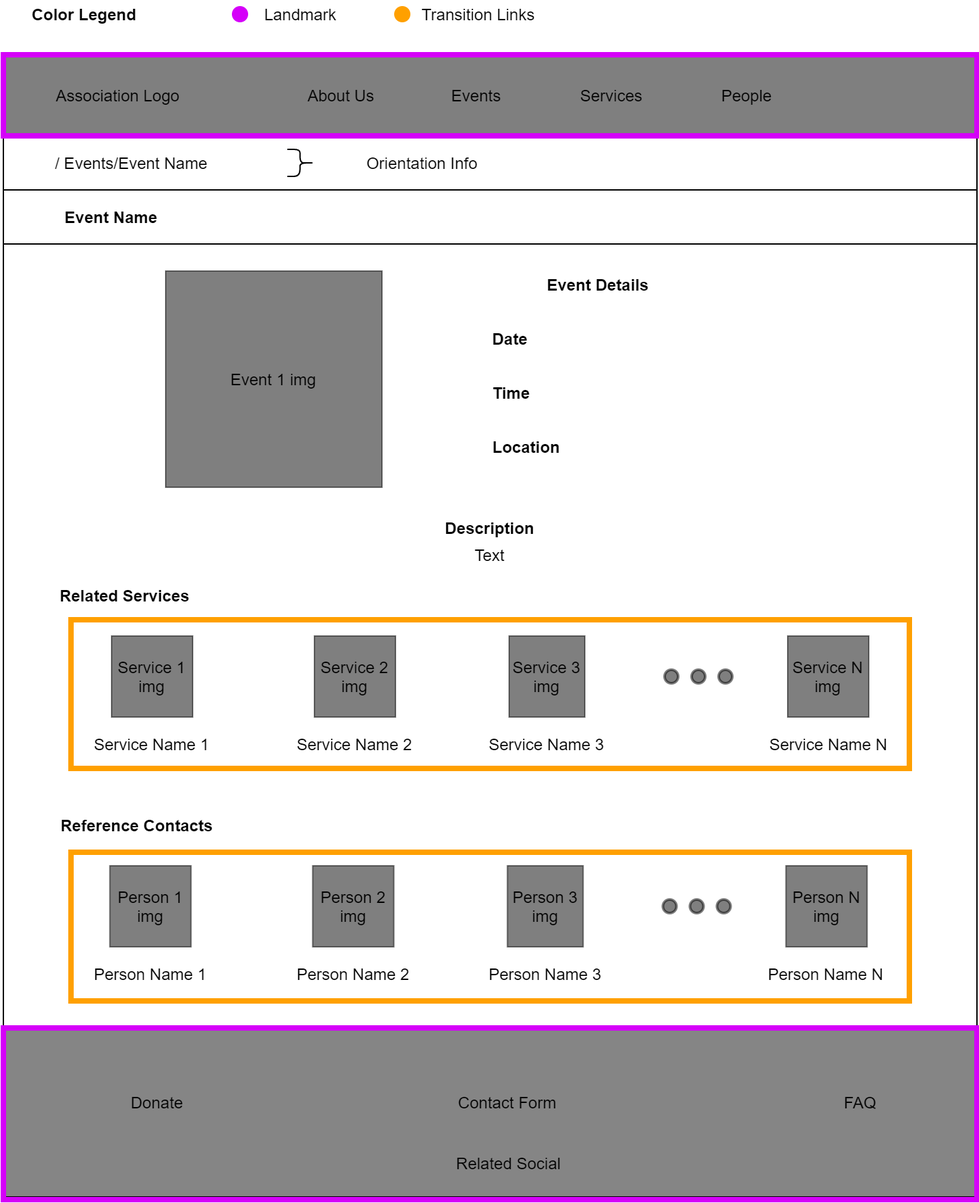
This is Design-Document/assets/eventdetails.png from alepas/hypermidia-project, a draw.io export, as it was before one commit. Source tidied: cells renumbered, new cells last; positions are measured from the earlier drawing's top-left corner, leaving out a move shared by most shapes.
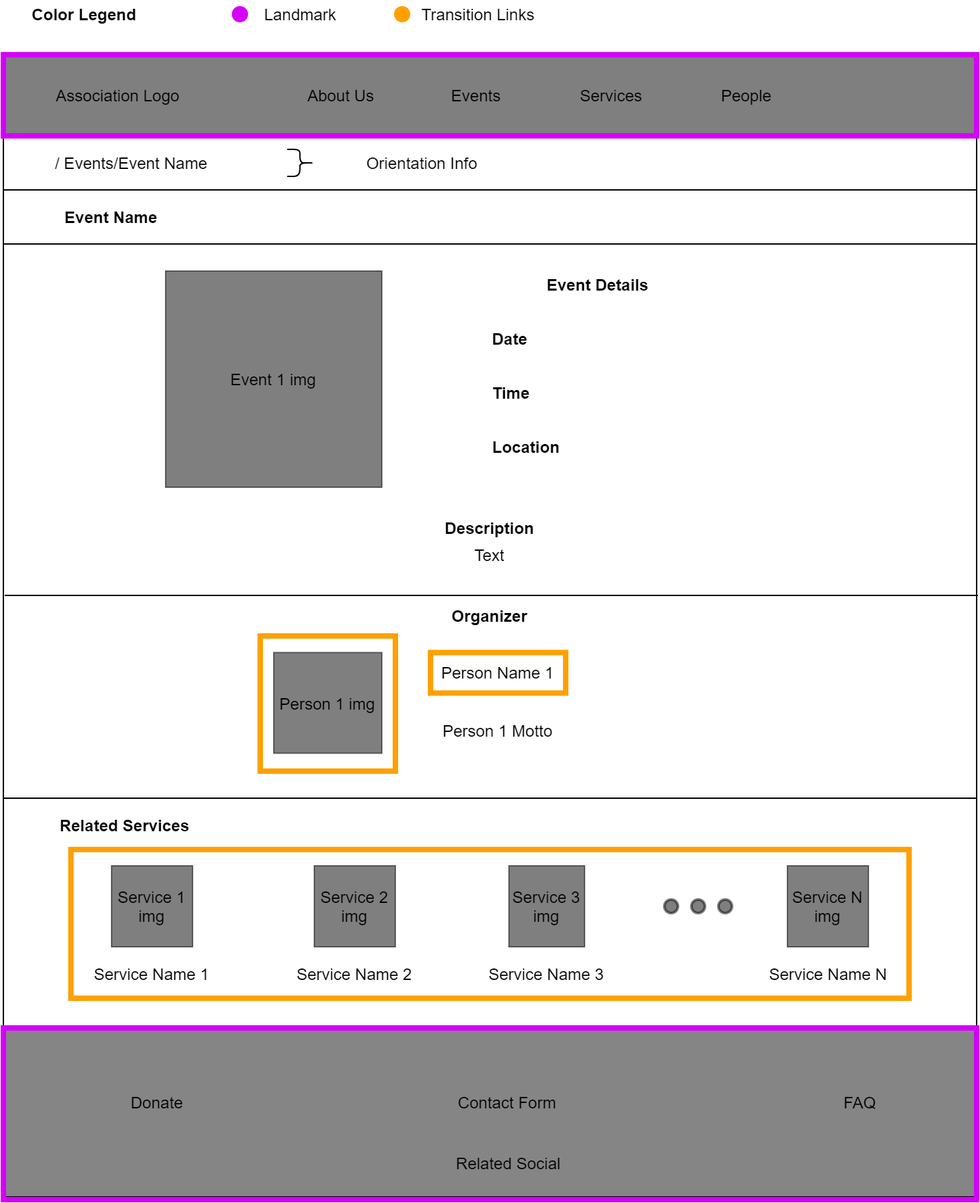
The same diagram one commit later.

Diff of the diagram source:
```diff
@@ -2,6 +2,9 @@
   <root>
     <mxCell id="0" />
     <mxCell id="1" parent="0" />
+    <mxCell id="62" style="rounded=0;whiteSpace=wrap;html=1;fillColor=none;strokeColor=#ffa000;strokeWidth=4;" parent="1" vertex="1">
+      <mxGeometry x="190" y="470" width="100" height="100" as="geometry" />
+    </mxCell>
     <mxCell id="2" value="&lt;span style=&quot;font-weight: normal&quot;&gt;&lt;font color=&quot;#000000&quot;&gt;&amp;nbsp; &amp;nbsp; &amp;nbsp; &amp;nbsp;Transition Links&lt;/font&gt;&lt;/span&gt;" style="text;html=1;strokeColor=none;fillColor=none;align=center;verticalAlign=middle;whiteSpace=wrap;rounded=0;fontColor=#00C853;fontStyle=1;" parent="1" vertex="1">
       <mxGeometry x="280" width="120" height="20" as="geometry" />
     </mxCell>
@@ -110,88 +113,79 @@
       <mxGeometry x="360" y="320" width="160" height="20" as="geometry" />
     </mxCell>
     <mxCell id="35" value="Related Services" style="text;html=1;strokeColor=none;fillColor=none;align=center;verticalAlign=middle;whiteSpace=wrap;rounded=0;fontColor=#000000;opacity=50;fontStyle=1;" parent="1" vertex="1">
-      <mxGeometry x="10" y="430" width="160" height="20" as="geometry" />
+      <mxGeometry x="10" y="600" width="160" height="20" as="geometry" />
     </mxCell>
     <mxCell id="36" value="Service 1 img" style="rounded=0;whiteSpace=wrap;html=1;strokeColor=#000000;strokeWidth=1;fillColor=#000000;gradientColor=none;fontColor=#000000;opacity=50;" parent="1" vertex="1">
-      <mxGeometry x="80" y="470" width="60" height="60" as="geometry" />
+      <mxGeometry x="80" y="640" width="60" height="60" as="geometry" />
     </mxCell>
     <mxCell id="37" value="Service 2 img" style="rounded=0;whiteSpace=wrap;html=1;strokeColor=#000000;strokeWidth=1;fillColor=#000000;gradientColor=none;fontColor=#000000;opacity=50;" parent="1" vertex="1">
-      <mxGeometry x="230" y="470" width="60" height="60" as="geometry" />
+      <mxGeometry x="230" y="640" width="60" height="60" as="geometry" />
     </mxCell>
     <mxCell id="38" value="Service 3 img" style="rounded=0;whiteSpace=wrap;html=1;strokeColor=#000000;strokeWidth=1;fillColor=#000000;gradientColor=none;fontColor=#000000;opacity=50;" parent="1" vertex="1">
-      <mxGeometry x="374" y="470" width="56" height="60" as="geometry" />
+      <mxGeometry x="374" y="640" width="56" height="60" as="geometry" />
     </mxCell>
     <mxCell id="39" value="Service N img" style="rounded=0;whiteSpace=wrap;html=1;strokeColor=#000000;strokeWidth=1;fillColor=#000000;gradientColor=none;fontColor=#000000;opacity=50;" parent="1" vertex="1">
-      <mxGeometry x="580" y="470" width="60" height="60" as="geometry" />
+      <mxGeometry x="580" y="640" width="60" height="60" as="geometry" />
     </mxCell>
     <mxCell id="40" style="ellipse;whiteSpace=wrap;html=1;strokeColor=#000000;strokeWidth=2;fillColor=#000000;gradientColor=none;fontColor=#000000;align=left;opacity=50;" parent="1" vertex="1">
-      <mxGeometry x="489" y="495" width="10" height="10" as="geometry" />
+      <mxGeometry x="489" y="665" width="10" height="10" as="geometry" />
     </mxCell>
     <mxCell id="41" style="ellipse;whiteSpace=wrap;html=1;strokeColor=#000000;strokeWidth=2;fillColor=#000000;gradientColor=none;fontColor=#000000;align=left;opacity=50;" parent="1" vertex="1">
-      <mxGeometry x="509" y="495" width="10" height="10" as="geometry" />
+      <mxGeometry x="509" y="665" width="10" height="10" as="geometry" />
     </mxCell>
     <mxCell id="42" style="ellipse;whiteSpace=wrap;html=1;strokeColor=#000000;strokeWidth=2;fillColor=#000000;gradientColor=none;fontColor=#000000;align=left;opacity=50;" parent="1" vertex="1">
-      <mxGeometry x="529" y="495" width="10" height="10" as="geometry" />
+      <mxGeometry x="529" y="665" width="10" height="10" as="geometry" />
     </mxCell>
     <mxCell id="43" value="Service Name 1" style="text;html=1;strokeColor=none;fillColor=none;align=center;verticalAlign=middle;whiteSpace=wrap;rounded=0;fontColor=#000000;opacity=50;" parent="1" vertex="1">
-      <mxGeometry x="65" y="540" width="90" height="20" as="geometry" />
+      <mxGeometry x="65" y="710" width="90" height="20" as="geometry" />
     </mxCell>
     <mxCell id="44" value="Service Name 2" style="text;html=1;strokeColor=none;fillColor=none;align=center;verticalAlign=middle;whiteSpace=wrap;rounded=0;fontColor=#000000;opacity=50;" parent="1" vertex="1">
-      <mxGeometry x="215" y="540" width="90" height="20" as="geometry" />
+      <mxGeometry x="215" y="710" width="90" height="20" as="geometry" />
     </mxCell>
     <mxCell id="45" value="Service Name 3" style="text;html=1;strokeColor=none;fillColor=none;align=center;verticalAlign=middle;whiteSpace=wrap;rounded=0;fontColor=#000000;opacity=50;" parent="1" vertex="1">
-      <mxGeometry x="357" y="540" width="90" height="20" as="geometry" />
+      <mxGeometry x="357" y="710" width="90" height="20" as="geometry" />
     </mxCell>
     <mxCell id="46" value="Service Name N" style="text;html=1;strokeColor=none;fillColor=none;align=center;verticalAlign=middle;whiteSpace=wrap;rounded=0;fontColor=#000000;opacity=50;" parent="1" vertex="1">
-      <mxGeometry x="562.5" y="540" width="95" height="20" as="geometry" />
+      <mxGeometry x="562.5" y="710" width="95" height="20" as="geometry" />
     </mxCell>
     <mxCell id="47" style="edgeStyle=orthogonalEdgeStyle;rounded=0;orthogonalLoop=1;jettySize=auto;html=1;exitX=0.5;exitY=1;exitDx=0;exitDy=0;fontColor=#000000;" parent="1" edge="1" source="46" target="46">
       <mxGeometry relative="1" as="geometry" />
     </mxCell>
-    <mxCell id="48" value="Reference Contacts" style="text;html=1;strokeColor=none;fillColor=none;align=center;verticalAlign=middle;whiteSpace=wrap;rounded=0;fontColor=#000000;opacity=50;fontStyle=1;" parent="1" vertex="1">
-      <mxGeometry x="19" y="600" width="160" height="20" as="geometry" />
+    <mxCell id="48" value="Organizer" style="text;html=1;strokeColor=none;fillColor=none;align=center;verticalAlign=middle;whiteSpace=wrap;rounded=0;fontColor=#000000;opacity=50;fontStyle=1;" parent="1" vertex="1">
+      <mxGeometry y="444.5" width="720" height="20" as="geometry" />
     </mxCell>
     <mxCell id="49" value="Person 1 img" style="rounded=0;whiteSpace=wrap;html=1;strokeColor=#000000;strokeWidth=1;fillColor=#000000;gradientColor=none;fontColor=#000000;opacity=50;" parent="1" vertex="1">
-      <mxGeometry x="78.8" y="640" width="60" height="60" as="geometry" />
+      <mxGeometry x="200" y="482.2" width="80" height="74.5" as="geometry" />
     </mxCell>
-    <mxCell id="50" value="Person 2 img" style="rounded=0;whiteSpace=wrap;html=1;strokeColor=#000000;strokeWidth=1;fillColor=#000000;gradientColor=none;fontColor=#000000;opacity=50;" parent="1" vertex="1">
-      <mxGeometry x="228.8" y="640" width="60" height="60" as="geometry" />
-    </mxCell>
-    <mxCell id="51" value="Person 3 img" style="rounded=0;whiteSpace=wrap;html=1;strokeColor=#000000;strokeWidth=1;fillColor=#000000;gradientColor=none;fontColor=#000000;opacity=50;" parent="1" vertex="1">
-      <mxGeometry x="372.8" y="640" width="56" height="60" as="geometry" />
-    </mxCell>
-    <mxCell id="52" value="Person N img" style="rounded=0;whiteSpace=wrap;html=1;strokeColor=#000000;strokeWidth=1;fillColor=#000000;gradientColor=none;fontColor=#000000;opacity=50;" parent="1" vertex="1">
-      <mxGeometry x="578.8" y="640" width="60" height="60" as="geometry" />
-    </mxCell>
-    <mxCell id="53" style="ellipse;whiteSpace=wrap;html=1;strokeColor=#000000;strokeWidth=2;fillColor=#000000;gradientColor=none;fontColor=#000000;align=left;opacity=50;" parent="1" vertex="1">
-      <mxGeometry x="487.8" y="665" width="10" height="10" as="geometry" />
-    </mxCell>
-    <mxCell id="54" style="ellipse;whiteSpace=wrap;html=1;strokeColor=#000000;strokeWidth=2;fillColor=#000000;gradientColor=none;fontColor=#000000;align=left;opacity=50;" parent="1" vertex="1">
-      <mxGeometry x="507.8" y="665" width="10" height="10" as="geometry" />
-    </mxCell>
-    <mxCell id="55" style="ellipse;whiteSpace=wrap;html=1;strokeColor=#000000;strokeWidth=2;fillColor=#000000;gradientColor=none;fontColor=#000000;align=left;opacity=50;" parent="1" vertex="1">
-      <mxGeometry x="527.8" y="665" width="10" height="10" as="geometry" />
-    </mxCell>
     <mxCell id="56" value="Person Name 1" style="text;html=1;strokeColor=none;fillColor=none;align=center;verticalAlign=middle;whiteSpace=wrap;rounded=0;fontColor=#000000;opacity=50;" parent="1" vertex="1">
-      <mxGeometry x="63.8" y="710" width="90" height="20" as="geometry" />
+      <mxGeometry x="321" y="487.2" width="90" height="20" as="geometry" />
     </mxCell>
-    <mxCell id="57" value="Person Name 2" style="text;html=1;strokeColor=none;fillColor=none;align=center;verticalAlign=middle;whiteSpace=wrap;rounded=0;fontColor=#000000;opacity=50;" parent="1" vertex="1">
-      <mxGeometry x="213.8" y="710" width="90" height="20" as="geometry" />
-    </mxCell>
-    <mxCell id="58" value="Person Name 3" style="text;html=1;strokeColor=none;fillColor=none;align=center;verticalAlign=middle;whiteSpace=wrap;rounded=0;fontColor=#000000;opacity=50;" parent="1" vertex="1">
-      <mxGeometry x="355.8" y="710" width="90" height="20" as="geometry" />
-    </mxCell>
-    <mxCell id="59" value="Person Name N" style="text;html=1;strokeColor=none;fillColor=none;align=center;verticalAlign=middle;whiteSpace=wrap;rounded=0;fontColor=#000000;opacity=50;" parent="1" vertex="1">
-      <mxGeometry x="561.2" y="710" width="95" height="20" as="geometry" />
-    </mxCell>
-    <mxCell id="60" style="edgeStyle=orthogonalEdgeStyle;rounded=0;orthogonalLoop=1;jettySize=auto;html=1;exitX=0.5;exitY=1;exitDx=0;exitDy=0;fontColor=#000000;" parent="1" edge="1" source="59" target="59">
-      <mxGeometry relative="1" as="geometry" />
+    <mxCell id="60" style="edgeStyle=orthogonalEdgeStyle;rounded=0;orthogonalLoop=1;jettySize=auto;html=1;exitX=0.5;exitY=1;exitDx=0;exitDy=0;fontColor=#000000;" parent="1" edge="1">
+      <mxGeometry relative="1" as="geometry">
+        <mxPoint x="608.8" y="750" as="sourcePoint" />
+        <mxPoint x="608.8" y="750" as="targetPoint" />
+      </mxGeometry>
     </mxCell>
     <mxCell id="61" style="rounded=0;whiteSpace=wrap;html=1;fillColor=none;strokeColor=#ffa000;strokeWidth=4;" parent="1" vertex="1">
-      <mxGeometry x="50" y="458" width="620" height="110" as="geometry" />
+      <mxGeometry x="50" y="628" width="620" height="110" as="geometry" />
     </mxCell>
-    <mxCell id="62" style="rounded=0;whiteSpace=wrap;html=1;fillColor=none;strokeColor=#ffa000;strokeWidth=4;" parent="1" vertex="1">
-      <mxGeometry x="50" y="630" width="620" height="110" as="geometry" />
-    </mxCell>
+    <mxCell id="63" value="Person 1 Motto" style="text;html=1;strokeColor=none;fillColor=none;align=center;verticalAlign=middle;whiteSpace=wrap;rounded=0;fontColor=#000000;opacity=50;" parent="1" vertex="1">
+      <mxGeometry x="321" y="530" width="90" height="20" as="geometry" />
+    </mxCell>
+    <mxCell id="64" style="rounded=0;whiteSpace=wrap;html=1;fillColor=none;strokeColor=#ffa000;strokeWidth=4;" parent="1" vertex="1">
+      <mxGeometry x="316" y="482.2" width="100" height="30" as="geometry" />
+    </mxCell>
+    <mxCell id="65" style="endArrow=none;html=1;fontColor=#FF5131;" parent="1" edge="1">
+      <mxGeometry relative="1" as="geometry">
+        <mxPoint x="1" y="440" as="sourcePoint" />
+        <mxPoint x="721" y="440" as="targetPoint" />
+      </mxGeometry>
+    </mxCell>
+    <mxCell id="66" style="endArrow=none;html=1;fontColor=#FF5131;" parent="1" edge="1">
+      <mxGeometry relative="1" as="geometry">
+        <mxPoint y="590" as="sourcePoint" />
+        <mxPoint x="720" y="590" as="targetPoint" />
+      </mxGeometry>
+    </mxCell>
   </root>
 </mxGraphModel>
```
